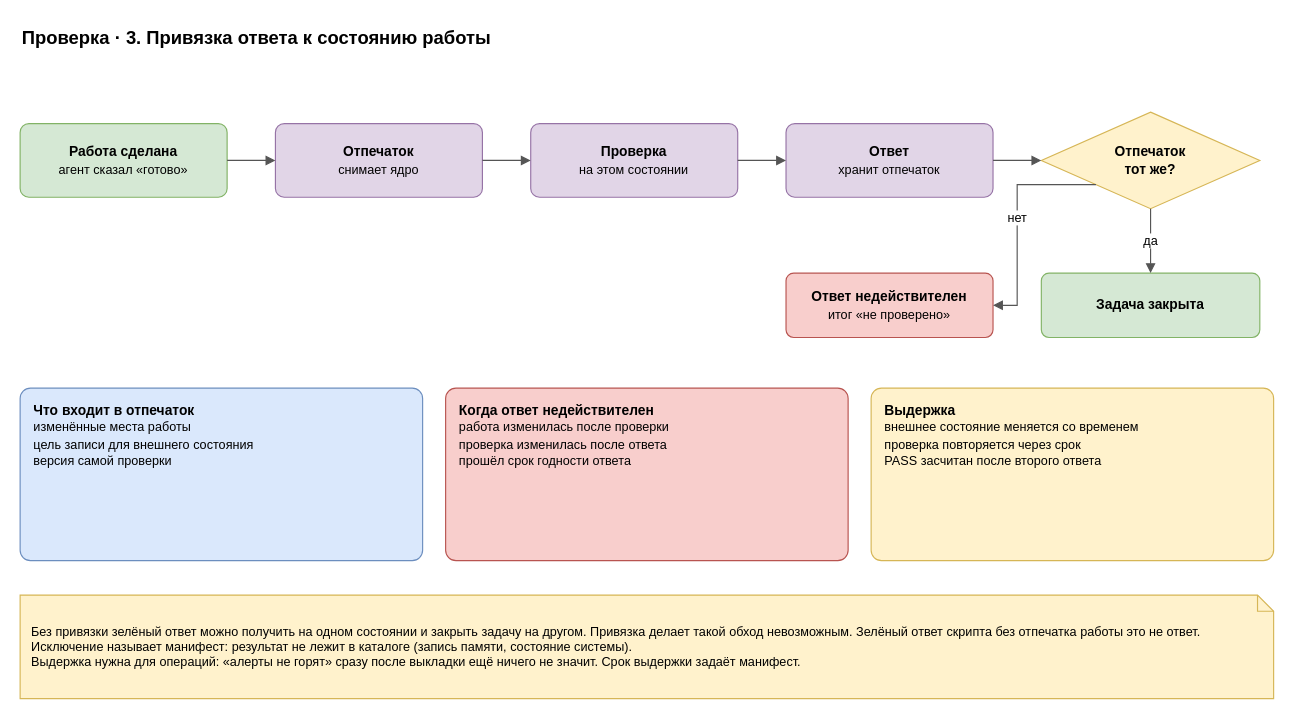
The draw.io diagram page "3. Привязка к состоянию" (3 of 5) of docs/spec/harness-check.drawio in roygkov/reins, before the edit. Source tidied: cells renumbered, new cells numbered last; positions are measured from the earlier drawing's top-left corner, leaving out a move shared by most shapes. Both pictures are drawn from the tidied source at 115%, with x=0, y=0 at pixel (20, 20).
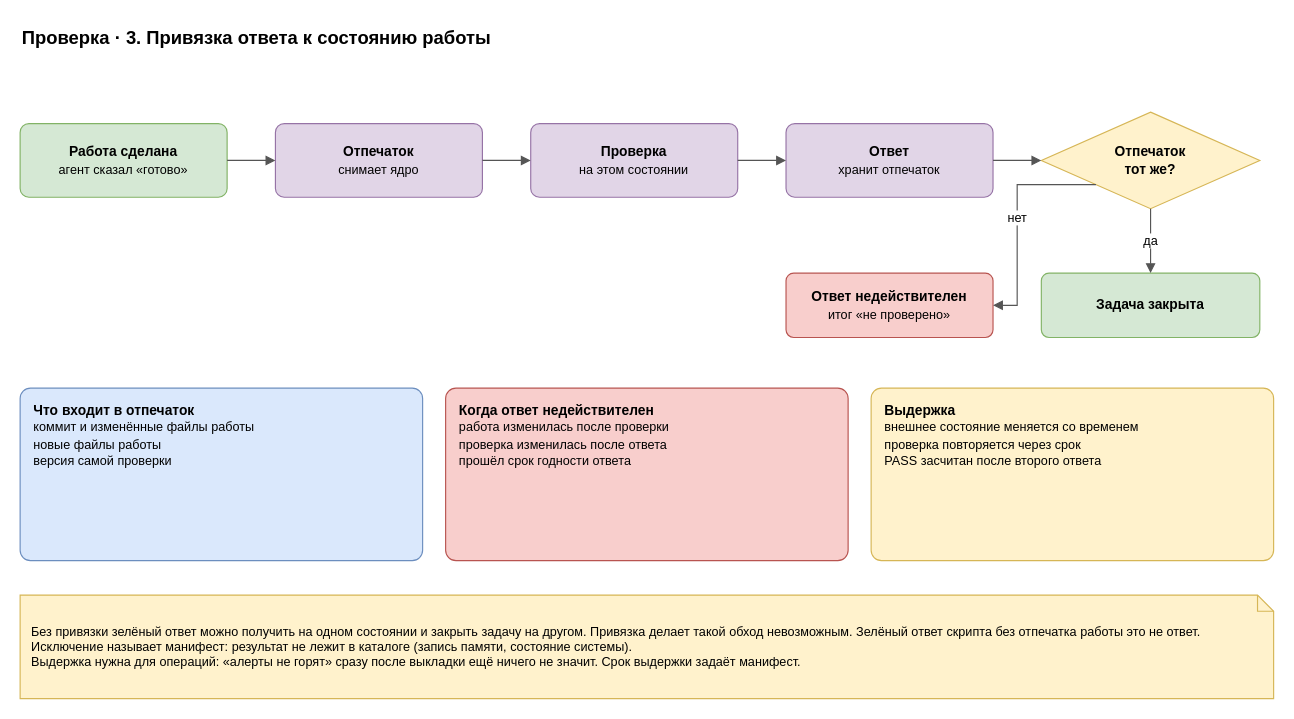
The same page after the edit.

What changed in the source:
```diff
@@
 <mxGraphModel>
   <root>
     <mxCell id="0" />
     <mxCell id="1" parent="0" />
     <mxCell id="2" value="Проверка · 3. Привязка ответа к состоянию работы" style="text;html=1;align=left;verticalAlign=middle;whiteSpace=wrap;fontSize=16;strokeColor=none;fillColor=none;fontStyle=1;" parent="1" vertex="1">
       <mxGeometry width="900" height="30" as="geometry" />
     </mxCell>
     <mxCell id="3" value="&lt;b&gt;Работа сделана&lt;/b&gt;&lt;br&gt;&lt;font style=&quot;font-size:11px&quot;&gt;агент сказал «готово»&lt;/font&gt;" style="rounded=1;whiteSpace=wrap;html=1;fillColor=#d5e8d4;strokeColor=#82b366;arcSize=12;" parent="1" vertex="1">
       <mxGeometry y="90" width="180" height="64" as="geometry" />
     </mxCell>
     <mxCell id="4" value="&lt;b&gt;Отпечаток&lt;/b&gt;&lt;br&gt;&lt;font style=&quot;font-size:11px&quot;&gt;снимает ядро&lt;/font&gt;" style="rounded=1;whiteSpace=wrap;html=1;fillColor=#e1d5e7;strokeColor=#9673a6;arcSize=12;" parent="1" vertex="1">
       <mxGeometry x="222" y="90" width="180" height="64" as="geometry" />
     </mxCell>
     <mxCell id="5" value="&lt;b&gt;Проверка&lt;/b&gt;&lt;br&gt;&lt;font style=&quot;font-size:11px&quot;&gt;на этом состоянии&lt;/font&gt;" style="rounded=1;whiteSpace=wrap;html=1;fillColor=#e1d5e7;strokeColor=#9673a6;arcSize=12;" parent="1" vertex="1">
       <mxGeometry x="444" y="90" width="180" height="64" as="geometry" />
     </mxCell>
     <mxCell id="6" value="&lt;b&gt;Ответ&lt;/b&gt;&lt;br&gt;&lt;font style=&quot;font-size:11px&quot;&gt;хранит отпечаток&lt;/font&gt;" style="rounded=1;whiteSpace=wrap;html=1;fillColor=#e1d5e7;strokeColor=#9673a6;arcSize=12;" parent="1" vertex="1">
       <mxGeometry x="666" y="90" width="180" height="64" as="geometry" />
     </mxCell>
     <mxCell id="7" value="&lt;b&gt;Отпечаток&lt;br&gt;тот же?&lt;/b&gt;" style="rhombus;whiteSpace=wrap;html=1;fillColor=#fff2cc;strokeColor=#d6b656;" parent="1" vertex="1">
       <mxGeometry x="888" y="80" width="190" height="84" as="geometry" />
     </mxCell>
     <mxCell id="8" value="&lt;b&gt;Задача закрыта&lt;/b&gt;" style="rounded=1;whiteSpace=wrap;html=1;fillColor=#d5e8d4;strokeColor=#82b366;arcSize=12;" parent="1" vertex="1">
       <mxGeometry x="888" y="220" width="190" height="56" as="geometry" />
     </mxCell>
     <mxCell id="9" value="&lt;b&gt;Ответ недействителен&lt;/b&gt;&lt;br&gt;&lt;font style=&quot;font-size:11px&quot;&gt;итог «не проверено»&lt;/font&gt;" style="rounded=1;whiteSpace=wrap;html=1;fillColor=#f8cecc;strokeColor=#b85450;arcSize=12;" parent="1" vertex="1">
       <mxGeometry x="666" y="220" width="180" height="56" as="geometry" />
     </mxCell>
     <mxCell id="10" style="edgeStyle=orthogonalEdgeStyle;rounded=0;html=1;endArrow=block;endFill=1;strokeColor=#555555;fontSize=11;labelBackgroundColor=#ffffff;" parent="1" edge="1" source="3" target="4">
       <mxGeometry relative="1" as="geometry" />
     </mxCell>
     <mxCell id="11" style="edgeStyle=orthogonalEdgeStyle;rounded=0;html=1;endArrow=block;endFill=1;strokeColor=#555555;fontSize=11;labelBackgroundColor=#ffffff;" parent="1" edge="1" source="4" target="5">
       <mxGeometry relative="1" as="geometry" />
     </mxCell>
     <mxCell id="12" style="edgeStyle=orthogonalEdgeStyle;rounded=0;html=1;endArrow=block;endFill=1;strokeColor=#555555;fontSize=11;labelBackgroundColor=#ffffff;" parent="1" edge="1" source="5" target="6">
       <mxGeometry relative="1" as="geometry" />
     </mxCell>
     <mxCell id="13" style="edgeStyle=orthogonalEdgeStyle;rounded=0;html=1;endArrow=block;endFill=1;strokeColor=#555555;fontSize=11;labelBackgroundColor=#ffffff;" parent="1" edge="1" source="6" target="7">
       <mxGeometry relative="1" as="geometry" />
     </mxCell>
     <mxCell id="14" value="да" style="edgeStyle=orthogonalEdgeStyle;rounded=0;html=1;endArrow=block;endFill=1;strokeColor=#555555;fontSize=11;labelBackgroundColor=#ffffff;" parent="1" edge="1" source="7" target="8">
       <mxGeometry relative="1" as="geometry" />
     </mxCell>
     <mxCell id="15" value="нет" style="edgeStyle=orthogonalEdgeStyle;rounded=0;html=1;endArrow=block;endFill=1;strokeColor=#555555;fontSize=11;labelBackgroundColor=#ffffff;exitX=0;exitY=1;entryX=1;entryY=0.5;" parent="1" edge="1" source="7" target="9">
       <mxGeometry relative="1" as="geometry" />
     </mxCell>
-    <mxCell id="16" value="&lt;b&gt;Что входит в отпечаток&lt;/b&gt;&lt;br&gt;&lt;font style=&quot;font-size:11px&quot;&gt;изменённые места работы&lt;br&gt;цель записи для внешнего состояния&lt;br&gt;версия самой проверки&lt;/font&gt;" style="rounded=1;whiteSpace=wrap;html=1;fillColor=#dae8fc;strokeColor=#6c8ebf;arcSize=6;align=left;verticalAlign=top;spacingLeft=10;spacingTop=6;spacingRight=6;" parent="1" vertex="1">
+    <mxCell id="16" value="&lt;b&gt;Что входит в отпечаток&lt;/b&gt;&lt;br&gt;&lt;font style=&quot;font-size:11px&quot;&gt;коммит и изменённые файлы работы&lt;br&gt;новые файлы работы&lt;br&gt;версия самой проверки&lt;/font&gt;" style="rounded=1;whiteSpace=wrap;html=1;fillColor=#dae8fc;strokeColor=#6c8ebf;arcSize=6;align=left;verticalAlign=top;spacingLeft=10;spacingTop=6;spacingRight=6;" parent="1" vertex="1">
       <mxGeometry y="320" width="350" height="150" as="geometry" />
     </mxCell>
     <mxCell id="17" value="&lt;b&gt;Когда ответ недействителен&lt;/b&gt;&lt;br&gt;&lt;font style=&quot;font-size:11px&quot;&gt;работа изменилась после проверки&lt;br&gt;проверка изменилась после ответа&lt;br&gt;прошёл срок годности ответа&lt;/font&gt;" style="rounded=1;whiteSpace=wrap;html=1;fillColor=#f8cecc;strokeColor=#b85450;arcSize=6;align=left;verticalAlign=top;spacingLeft=10;spacingTop=6;spacingRight=6;" parent="1" vertex="1">
       <mxGeometry x="370" y="320" width="350" height="150" as="geometry" />
     </mxCell>
     <mxCell id="18" value="&lt;b&gt;Выдержка&lt;/b&gt;&lt;br&gt;&lt;font style=&quot;font-size:11px&quot;&gt;внешнее состояние меняется со временем&lt;br&gt;проверка повторяется через срок&lt;br&gt;PASS засчитан после второго ответа&lt;/font&gt;" style="rounded=1;whiteSpace=wrap;html=1;fillColor=#fff2cc;strokeColor=#d6b656;arcSize=6;align=left;verticalAlign=top;spacingLeft=10;spacingTop=6;spacingRight=6;" parent="1" vertex="1">
       <mxGeometry x="740" y="320" width="350" height="150" as="geometry" />
     </mxCell>
     <mxCell id="19" value="Без привязки зелёный ответ можно получить на одном состоянии и закрыть задачу на другом. Привязка делает такой обход невозможным. Зелёный ответ скрипта без отпечатка работы это не ответ. Исключение называет манифест: результат не лежит в каталоге (запись памяти, состояние системы).&lt;br&gt;Выдержка нужна для операций: «алерты не горят» сразу после выкладки ещё ничего не значит. Срок выдержки задаёт манифест." style="shape=note;whiteSpace=wrap;html=1;backgroundOutline=1;size=14;fillColor=#fff2cc;strokeColor=#d6b656;align=left;spacingLeft=8;spacingRight=8;fontSize=11;" parent="1" vertex="1">
       <mxGeometry y="500" width="1090" height="90" as="geometry" />
     </mxCell>
   </root>
 </mxGraphModel>
```
